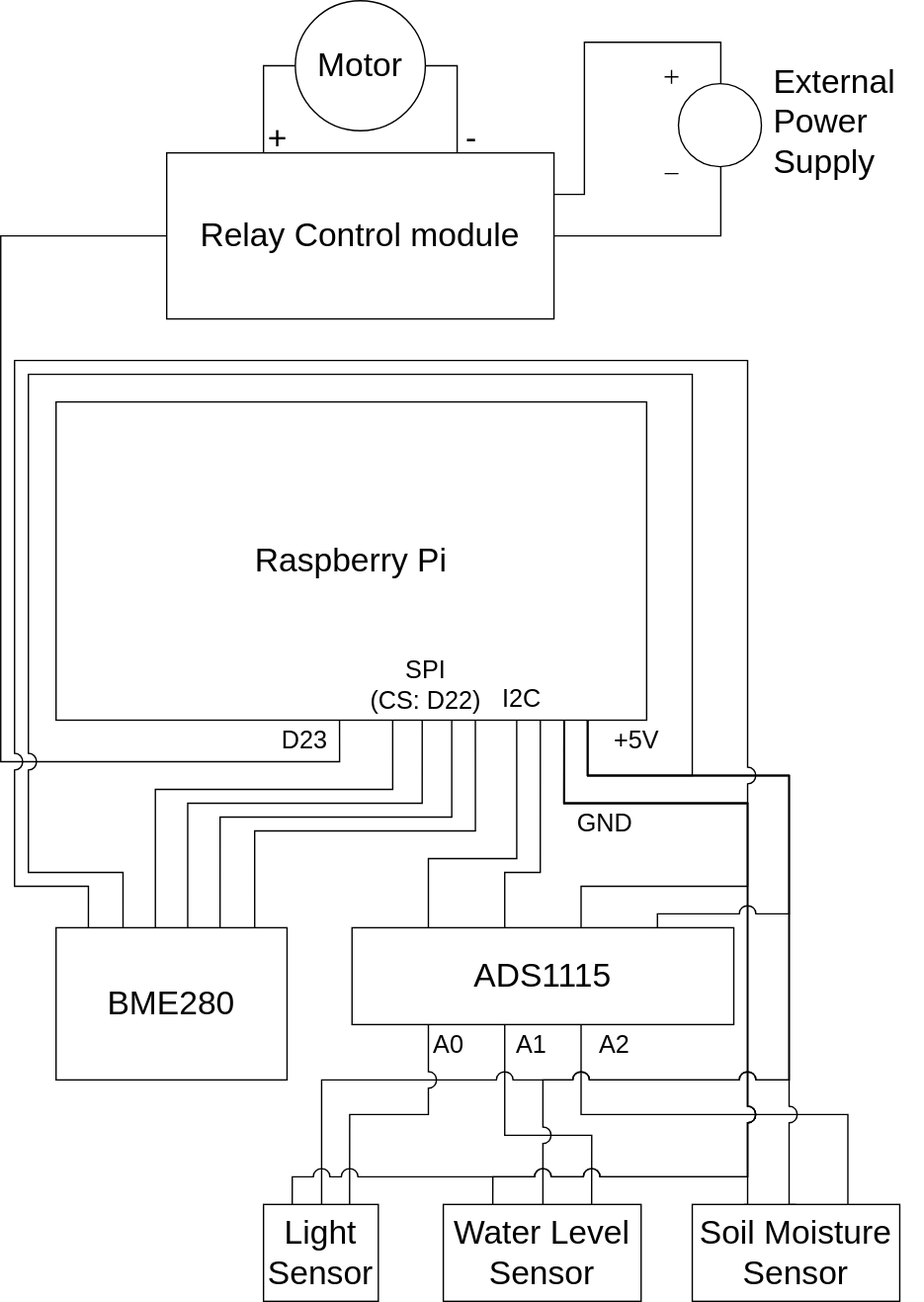
The draw.io diagram device_optional_circuits.svg in AlbertYHsC/swps_device, before a commit. Source tidied: cells renumbered, new cells last; positions are measured from the earlier drawing's top-left corner, leaving out a move shared by most shapes.
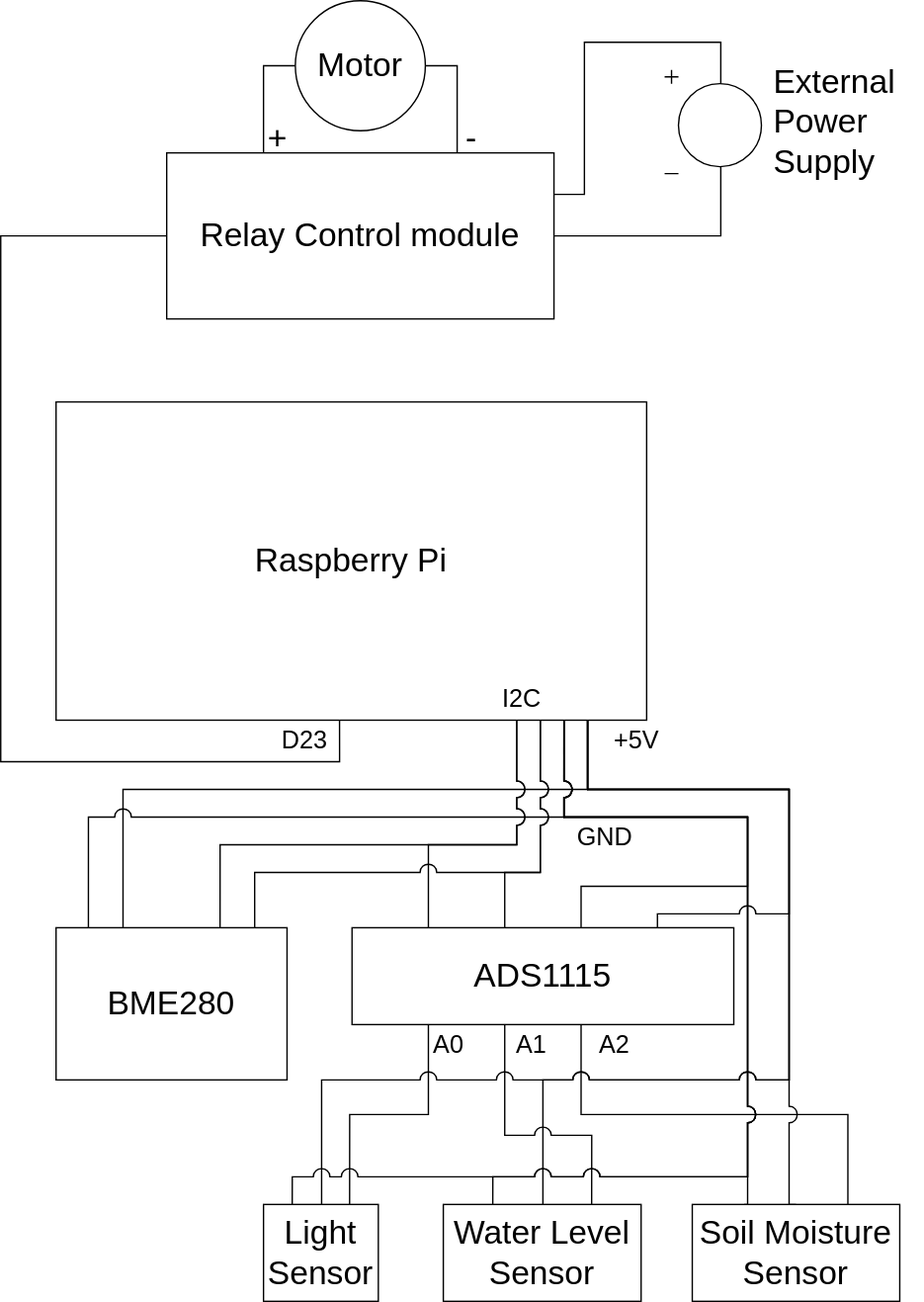
After the commit.

What changed in the source:
```diff
@@ -2,14 +2,14 @@
   <root>
     <mxCell id="0" />
     <mxCell id="1" parent="0" />
-    <mxCell id="2" style="edgeStyle=orthogonalEdgeStyle;rounded=0;jettySize=auto;html=1;exitX=0.4;exitY=1;exitDx=0;exitDy=0;exitPerimeter=0;entryX=0.75;entryY=0;entryDx=0;entryDy=0;endArrow=none;endFill=0;jumpStyle=arc;jumpSize=12;" parent="1" edge="1" source="19" target="22">
-      <mxGeometry relative="1" as="geometry">
-        <Array as="points">
-          <mxPoint x="364" y="820" />
-          <mxPoint x="427" y="820" />
-        </Array>
-      </mxGeometry>
-    </mxCell>
+    <mxCell id="44" style="edgeStyle=orthogonalEdgeStyle;rounded=0;jettySize=auto;html=1;exitX=0.9;exitY=1;exitDx=0;exitDy=0;exitPerimeter=0;entryX=0.29;entryY=0;entryDx=0;entryDy=0;entryPerimeter=0;endArrow=none;endFill=0;jumpStyle=arc;jumpSize=12;" parent="1" edge="1" source="11" target="16">
+      <mxGeometry relative="1" as="geometry">
+        <Array as="points">
+          <mxPoint x="424" y="570" />
+          <mxPoint x="88" y="570" />
+        </Array>
+      </mxGeometry>
+    </mxCell>
     <mxCell id="3" style="edgeStyle=orthogonalEdgeStyle;rounded=0;jettySize=auto;html=1;entryX=0.75;entryY=0;entryDx=0;entryDy=0;endArrow=none;endFill=0;exitX=0.6;exitY=1;exitDx=0;exitDy=0;exitPerimeter=0;jumpStyle=arc;jumpSize=12;" parent="1" edge="1" source="19" target="21">
       <mxGeometry relative="1" as="geometry" />
     </mxCell>
@@ -25,8 +25,8 @@
     <mxCell id="5" style="edgeStyle=orthogonalEdgeStyle;rounded=0;jettySize=auto;html=1;exitX=0.86;exitY=1;exitDx=0;exitDy=0;exitPerimeter=0;entryX=0.6;entryY=0;entryDx=0;entryDy=0;entryPerimeter=0;endArrow=none;endFill=0;jumpStyle=arc;jumpSize=12;" parent="1" edge="1" source="11" target="19">
       <mxGeometry relative="1" as="geometry">
         <Array as="points">
-          <mxPoint x="407" y="580" />
-          <mxPoint x="540" y="580" />
+          <mxPoint x="407" y="590" />
+          <mxPoint x="540" y="590" />
           <mxPoint x="540" y="640" />
           <mxPoint x="420" y="640" />
         </Array>
@@ -35,8 +35,8 @@
     <mxCell id="6" style="edgeStyle=orthogonalEdgeStyle;rounded=0;jettySize=auto;html=1;exitX=0.9;exitY=1;exitDx=0;exitDy=0;exitPerimeter=0;entryX=0.5;entryY=0;entryDx=0;entryDy=0;endArrow=none;endFill=0;jumpStyle=arc;jumpSize=12;" parent="1" edge="1" source="11" target="21">
       <mxGeometry relative="1" as="geometry">
         <Array as="points">
-          <mxPoint x="424" y="560" />
-          <mxPoint x="570" y="560" />
+          <mxPoint x="424" y="570" />
+          <mxPoint x="570" y="570" />
           <mxPoint x="570" y="870" />
         </Array>
       </mxGeometry>
@@ -44,8 +44,8 @@
     <mxCell id="7" style="edgeStyle=orthogonalEdgeStyle;rounded=0;jettySize=auto;html=1;exitX=0.86;exitY=1;exitDx=0;exitDy=0;exitPerimeter=0;entryX=0.25;entryY=0;entryDx=0;entryDy=0;jumpStyle=arc;jumpSize=12;endArrow=none;endFill=0;" parent="1" edge="1" source="11" target="21">
       <mxGeometry relative="1" as="geometry">
         <Array as="points">
-          <mxPoint x="407" y="580" />
-          <mxPoint x="540" y="580" />
+          <mxPoint x="407" y="590" />
+          <mxPoint x="540" y="590" />
           <mxPoint x="540" y="870" />
         </Array>
       </mxGeometry>
@@ -53,18 +53,29 @@
     <mxCell id="8" style="edgeStyle=orthogonalEdgeStyle;rounded=0;jettySize=auto;html=1;exitX=0.9;exitY=1;exitDx=0;exitDy=0;exitPerimeter=0;endArrow=none;endFill=0;jumpStyle=arc;jumpSize=12;" parent="1" edge="1" source="11" target="22">
       <mxGeometry relative="1" as="geometry">
         <Array as="points">
-          <mxPoint x="424" y="560" />
-          <mxPoint x="570" y="560" />
+          <mxPoint x="424" y="570" />
+          <mxPoint x="570" y="570" />
           <mxPoint x="570" y="780" />
           <mxPoint x="392" y="780" />
         </Array>
       </mxGeometry>
     </mxCell>
+    <mxCell id="2" style="edgeStyle=orthogonalEdgeStyle;rounded=0;jettySize=auto;html=1;exitX=0.4;exitY=1;exitDx=0;exitDy=0;exitPerimeter=0;entryX=0.75;entryY=0;entryDx=0;entryDy=0;endArrow=none;endFill=0;jumpStyle=arc;jumpSize=12;" parent="1" edge="1" source="19" target="22">
+      <mxGeometry relative="1" as="geometry">
+        <Array as="points">
+          <mxPoint x="364" y="820" />
+          <mxPoint x="427" y="820" />
+        </Array>
+      </mxGeometry>
+    </mxCell>
+    <mxCell id="17" style="edgeStyle=orthogonalEdgeStyle;rounded=0;jettySize=auto;html=1;exitX=0.2;exitY=1;exitDx=0;exitDy=0;exitPerimeter=0;entryX=0.75;entryY=0;entryDx=0;entryDy=0;endArrow=none;endFill=0;jumpStyle=arc;jumpSize=12;" parent="1" edge="1" source="19" target="20">
+      <mxGeometry relative="1" as="geometry" />
+    </mxCell>
     <mxCell id="9" style="edgeStyle=orthogonalEdgeStyle;rounded=0;jettySize=auto;html=1;exitX=0.9;exitY=1;exitDx=0;exitDy=0;exitPerimeter=0;jumpStyle=arc;jumpSize=12;endArrow=none;endFill=0;" parent="1" edge="1" source="11" target="20">
       <mxGeometry relative="1" as="geometry">
         <Array as="points">
-          <mxPoint x="424" y="560" />
-          <mxPoint x="570" y="560" />
+          <mxPoint x="424" y="570" />
+          <mxPoint x="570" y="570" />
           <mxPoint x="570" y="780" />
           <mxPoint x="232" y="780" />
         </Array>
@@ -73,8 +84,8 @@
     <mxCell id="10" style="edgeStyle=orthogonalEdgeStyle;rounded=0;jettySize=auto;html=1;exitX=0.86;exitY=1;exitDx=0;exitDy=0;exitPerimeter=0;entryX=0.25;entryY=0;entryDx=0;entryDy=0;jumpStyle=arc;endArrow=none;endFill=0;jumpSize=12;" parent="1" edge="1" source="11" target="22">
       <mxGeometry relative="1" as="geometry">
         <Array as="points">
-          <mxPoint x="407" y="580" />
-          <mxPoint x="540" y="580" />
+          <mxPoint x="407" y="590" />
+          <mxPoint x="540" y="590" />
           <mxPoint x="540" y="850" />
           <mxPoint x="356" y="850" />
         </Array>
@@ -103,17 +114,38 @@
     <mxCell id="15" value="&lt;font style=&quot;font-size: 24px;&quot;&gt;Motor&lt;/font&gt;" style="ellipse;whiteSpace=wrap;html=1;" parent="1" vertex="1">
       <mxGeometry x="213" width="94" height="94" as="geometry" />
     </mxCell>
+    <mxCell id="45" style="edgeStyle=orthogonalEdgeStyle;rounded=0;jettySize=auto;html=1;exitX=0.86;exitY=1;exitDx=0;exitDy=0;exitPerimeter=0;entryX=0.14;entryY=0;entryDx=0;entryDy=0;entryPerimeter=0;endArrow=none;endFill=0;jumpStyle=arc;jumpSize=12;" parent="1" edge="1" source="11" target="16">
+      <mxGeometry relative="1" as="geometry">
+        <Array as="points">
+          <mxPoint x="407" y="590" />
+          <mxPoint x="63" y="590" />
+        </Array>
+      </mxGeometry>
+    </mxCell>
+    <mxCell id="29" style="edgeStyle=orthogonalEdgeStyle;rounded=0;jettySize=auto;html=1;exitX=0.78;exitY=1;exitDx=0;exitDy=0;exitPerimeter=0;entryX=0.2;entryY=0;entryDx=0;entryDy=0;entryPerimeter=0;endArrow=none;endFill=0;jumpStyle=arc;jumpSize=12;" parent="1" edge="1" source="11" target="19">
+      <mxGeometry relative="1" as="geometry">
+        <Array as="points">
+          <mxPoint x="373" y="610" />
+          <mxPoint x="309" y="610" />
+        </Array>
+      </mxGeometry>
+    </mxCell>
+    <mxCell id="46" style="edgeStyle=orthogonalEdgeStyle;rounded=0;jettySize=auto;html=1;exitX=0.86;exitY=0;exitDx=0;exitDy=0;exitPerimeter=0;entryX=0.82;entryY=1;entryDx=0;entryDy=0;entryPerimeter=0;endArrow=none;endFill=0;jumpStyle=arc;jumpSize=12;" parent="1" edge="1" source="16" target="11">
+      <mxGeometry relative="1" as="geometry">
+        <Array as="points">
+          <mxPoint x="184" y="630" />
+          <mxPoint x="390" y="630" />
+        </Array>
+      </mxGeometry>
+    </mxCell>
     <mxCell id="16" value="&lt;font style=&quot;font-size: 24px;&quot;&gt;BME280&lt;/font&gt;" style="rounded=0;whiteSpace=wrap;html=1;points=[[0,0,0,0,0],[0,0.25,0,0,0],[0,0.5,0,0,0],[0,0.75,0,0,0],[0,1,0,0,0],[0.14,0,0,0,0],[0.25,1,0,0,0],[0.29,0,0,0,0],[0.43,0,0,0,0],[0.5,1,0,0,0],[0.57,0,0,0,0],[0.71,0,0,0,0],[0.75,1,0,0,0],[0.86,0,0,0,0],[1,0,0,0,0],[1,0.25,0,0,0],[1,0.5,0,0,0],[1,0.75,0,0,0],[1,1,0,0,0]];" parent="1" vertex="1">
       <mxGeometry x="40" y="670" width="167" height="110" as="geometry" />
     </mxCell>
-    <mxCell id="17" style="edgeStyle=orthogonalEdgeStyle;rounded=0;jettySize=auto;html=1;exitX=0.2;exitY=1;exitDx=0;exitDy=0;exitPerimeter=0;entryX=0.75;entryY=0;entryDx=0;entryDy=0;endArrow=none;endFill=0;jumpStyle=arc;jumpSize=12;" parent="1" edge="1" source="19" target="20">
-      <mxGeometry relative="1" as="geometry" />
-    </mxCell>
     <mxCell id="18" style="edgeStyle=orthogonalEdgeStyle;rounded=0;jettySize=auto;html=1;entryX=0.25;entryY=0;entryDx=0;entryDy=0;endArrow=none;endFill=0;jumpStyle=arc;jumpSize=12;exitX=0.86;exitY=1;exitDx=0;exitDy=0;exitPerimeter=0;" parent="1" edge="1" source="11" target="20">
       <mxGeometry relative="1" as="geometry">
         <Array as="points">
-          <mxPoint x="407" y="580" />
-          <mxPoint x="540" y="580" />
+          <mxPoint x="407" y="590" />
+          <mxPoint x="540" y="590" />
           <mxPoint x="540" y="850" />
           <mxPoint x="211" y="850" />
         </Array>
@@ -125,6 +157,14 @@
     <mxCell id="20" value="&lt;font style=&quot;font-size: 24px;&quot;&gt;Light Sensor&lt;/font&gt;" style="rounded=0;whiteSpace=wrap;html=1;" parent="1" vertex="1">
       <mxGeometry x="190" y="870" width="83" height="70" as="geometry" />
     </mxCell>
+    <mxCell id="47" style="edgeStyle=orthogonalEdgeStyle;rounded=0;jettySize=auto;html=1;exitX=0.71;exitY=0;exitDx=0;exitDy=0;exitPerimeter=0;entryX=0.78;entryY=1;entryDx=0;entryDy=0;entryPerimeter=0;endArrow=none;endFill=0;jumpStyle=arc;jumpSize=12;" parent="1" edge="1" source="16" target="11">
+      <mxGeometry relative="1" as="geometry">
+        <Array as="points">
+          <mxPoint x="159" y="610" />
+          <mxPoint x="373" y="610" />
+        </Array>
+      </mxGeometry>
+    </mxCell>
     <mxCell id="21" value="&lt;font style=&quot;font-size: 24px;&quot;&gt;Soil Moisture Sensor&lt;/font&gt;" style="rounded=0;whiteSpace=wrap;html=1;" parent="1" vertex="1">
       <mxGeometry x="500" y="870" width="150" height="70" as="geometry" />
     </mxCell>
@@ -140,13 +180,10 @@
     <mxCell id="25" value="&lt;font style=&quot;font-size: 18px;&quot;&gt;A2&lt;/font&gt;" style="text;html=1;align=center;verticalAlign=middle;whiteSpace=wrap;rounded=0;" parent="1" vertex="1">
       <mxGeometry x="414" y="740" width="60" height="30" as="geometry" />
     </mxCell>
-    <mxCell id="26" value="&lt;font style=&quot;font-size: 18px;&quot;&gt;SPI&lt;br&gt;(CS: D22)&lt;/font&gt;" style="text;html=1;align=center;verticalAlign=middle;whiteSpace=wrap;rounded=0;" parent="1" vertex="1">
-      <mxGeometry x="260" y="470" width="95" height="50" as="geometry" />
-    </mxCell>
     <mxCell id="27" value="&lt;font style=&quot;font-size: 18px;&quot;&gt;I2C&lt;/font&gt;" style="text;html=1;align=center;verticalAlign=middle;whiteSpace=wrap;rounded=0;" parent="1" vertex="1">
       <mxGeometry x="347" y="490" width="60" height="30" as="geometry" />
     </mxCell>
-    <mxCell id="28" style="edgeStyle=orthogonalEdgeStyle;rounded=0;jettySize=auto;html=1;entryX=0.4;entryY=0;entryDx=0;entryDy=0;entryPerimeter=0;endArrow=none;endFill=0;exitX=0.82;exitY=1;exitDx=0;exitDy=0;exitPerimeter=0;" parent="1" edge="1" source="11" target="19">
+    <mxCell id="28" style="edgeStyle=orthogonalEdgeStyle;rounded=0;jettySize=auto;html=1;entryX=0.4;entryY=0;entryDx=0;entryDy=0;entryPerimeter=0;endArrow=none;endFill=0;exitX=0.82;exitY=1;exitDx=0;exitDy=0;exitPerimeter=0;jumpStyle=arc;jumpSize=12;" parent="1" edge="1" source="11" target="19">
       <mxGeometry relative="1" as="geometry">
         <Array as="points">
           <mxPoint x="390" y="630" />
@@ -154,46 +191,6 @@
         </Array>
       </mxGeometry>
     </mxCell>
-    <mxCell id="29" style="edgeStyle=orthogonalEdgeStyle;rounded=0;jettySize=auto;html=1;exitX=0.78;exitY=1;exitDx=0;exitDy=0;exitPerimeter=0;entryX=0.2;entryY=0;entryDx=0;entryDy=0;entryPerimeter=0;endArrow=none;endFill=0;" parent="1" edge="1" source="11" target="19">
-      <mxGeometry relative="1" as="geometry">
-        <Array as="points">
-          <mxPoint x="373" y="620" />
-          <mxPoint x="309" y="620" />
-        </Array>
-      </mxGeometry>
-    </mxCell>
-    <mxCell id="30" style="edgeStyle=orthogonalEdgeStyle;rounded=0;jettySize=auto;html=1;exitX=0.71;exitY=1;exitDx=0;exitDy=0;exitPerimeter=0;entryX=0.86;entryY=0;entryDx=0;entryDy=0;entryPerimeter=0;endArrow=none;endFill=0;" parent="1" edge="1" source="11" target="16">
-      <mxGeometry relative="1" as="geometry">
-        <Array as="points">
-          <mxPoint x="343" y="600" />
-          <mxPoint x="184" y="600" />
-        </Array>
-      </mxGeometry>
-    </mxCell>
-    <mxCell id="31" style="edgeStyle=orthogonalEdgeStyle;rounded=0;jettySize=auto;html=1;exitX=0.67;exitY=1;exitDx=0;exitDy=0;exitPerimeter=0;entryX=0.71;entryY=0;entryDx=0;entryDy=0;entryPerimeter=0;endArrow=none;endFill=0;" parent="1" edge="1" source="11" target="16">
-      <mxGeometry relative="1" as="geometry">
-        <Array as="points">
-          <mxPoint x="326" y="590" />
-          <mxPoint x="159" y="590" />
-        </Array>
-      </mxGeometry>
-    </mxCell>
-    <mxCell id="32" style="edgeStyle=orthogonalEdgeStyle;rounded=0;jettySize=auto;html=1;exitX=0.62;exitY=1;exitDx=0;exitDy=0;exitPerimeter=0;entryX=0.57;entryY=0;entryDx=0;entryDy=0;entryPerimeter=0;endArrow=none;endFill=0;" parent="1" edge="1" source="11" target="16">
-      <mxGeometry relative="1" as="geometry">
-        <Array as="points">
-          <mxPoint x="305" y="580" />
-          <mxPoint x="135" y="580" />
-        </Array>
-      </mxGeometry>
-    </mxCell>
-    <mxCell id="33" style="edgeStyle=orthogonalEdgeStyle;rounded=0;jettySize=auto;html=1;exitX=0.57;exitY=1;exitDx=0;exitDy=0;exitPerimeter=0;entryX=0.43;entryY=0;entryDx=0;entryDy=0;entryPerimeter=0;endArrow=none;endFill=0;" parent="1" edge="1" source="11" target="16">
-      <mxGeometry relative="1" as="geometry">
-        <Array as="points">
-          <mxPoint x="283" y="570" />
-          <mxPoint x="112" y="570" />
-        </Array>
-      </mxGeometry>
-    </mxCell>
     <mxCell id="34" value="&lt;font style=&quot;font-size: 18px;&quot;&gt;D23&lt;/font&gt;" style="text;html=1;align=center;verticalAlign=middle;whiteSpace=wrap;rounded=0;" parent="1" vertex="1">
       <mxGeometry x="190" y="520" width="60" height="30" as="geometry" />
     </mxCell>
@@ -201,13 +198,13 @@
       <mxGeometry x="430" y="520" width="60" height="30" as="geometry" />
     </mxCell>
     <mxCell id="36" value="&lt;font style=&quot;font-size: 18px;&quot;&gt;GND&lt;/font&gt;" style="text;html=1;align=center;verticalAlign=middle;whiteSpace=wrap;rounded=0;" parent="1" vertex="1">
-      <mxGeometry x="407" y="580" width="60" height="30" as="geometry" />
+      <mxGeometry x="407" y="590" width="60" height="30" as="geometry" />
     </mxCell>
     <mxCell id="37" style="edgeStyle=orthogonalEdgeStyle;rounded=0;jettySize=auto;html=1;exitX=0.9;exitY=1;exitDx=0;exitDy=0;exitPerimeter=0;entryX=0.8;entryY=0;entryDx=0;entryDy=0;entryPerimeter=0;endArrow=none;endFill=0;jumpStyle=arc;jumpSize=12;" parent="1" edge="1" source="11" target="19">
       <mxGeometry relative="1" as="geometry">
         <Array as="points">
-          <mxPoint x="424" y="560" />
-          <mxPoint x="570" y="560" />
+          <mxPoint x="424" y="570" />
+          <mxPoint x="570" y="570" />
           <mxPoint x="570" y="660" />
           <mxPoint x="475" y="660" />
         </Array>
@@ -241,29 +238,5 @@
     <mxCell id="43" value="&lt;font style=&quot;font-size: 24px;&quot;&gt;-&lt;/font&gt;" style="text;html=1;align=center;verticalAlign=middle;strokeColor=none;fillColor=none;" parent="1" vertex="1">
       <mxGeometry x="325" y="80" width="30" height="40" as="geometry" />
     </mxCell>
-    <mxCell id="44" style="edgeStyle=orthogonalEdgeStyle;rounded=0;jettySize=auto;html=1;exitX=0.9;exitY=1;exitDx=0;exitDy=0;exitPerimeter=0;entryX=0.29;entryY=0;entryDx=0;entryDy=0;entryPerimeter=0;endArrow=none;endFill=0;jumpStyle=arc;jumpSize=12;" parent="1" edge="1" source="11" target="16">
-      <mxGeometry relative="1" as="geometry">
-        <Array as="points">
-          <mxPoint x="424" y="560" />
-          <mxPoint x="500" y="560" />
-          <mxPoint x="500" y="270" />
-          <mxPoint x="20" y="270" />
-          <mxPoint x="20" y="630" />
-          <mxPoint x="88" y="630" />
-        </Array>
-      </mxGeometry>
-    </mxCell>
-    <mxCell id="45" style="edgeStyle=orthogonalEdgeStyle;rounded=0;jettySize=auto;html=1;exitX=0.86;exitY=1;exitDx=0;exitDy=0;exitPerimeter=0;entryX=0.14;entryY=0;entryDx=0;entryDy=0;entryPerimeter=0;endArrow=none;endFill=0;jumpStyle=arc;jumpSize=12;" parent="1" edge="1" source="11" target="16">
-      <mxGeometry relative="1" as="geometry">
-        <Array as="points">
-          <mxPoint x="407" y="580" />
-          <mxPoint x="540" y="580" />
-          <mxPoint x="540" y="260" />
-          <mxPoint x="10" y="260" />
-          <mxPoint x="10" y="640" />
-          <mxPoint x="63" y="640" />
-        </Array>
-      </mxGeometry>
-    </mxCell>
   </root>
 </mxGraphModel>
```
